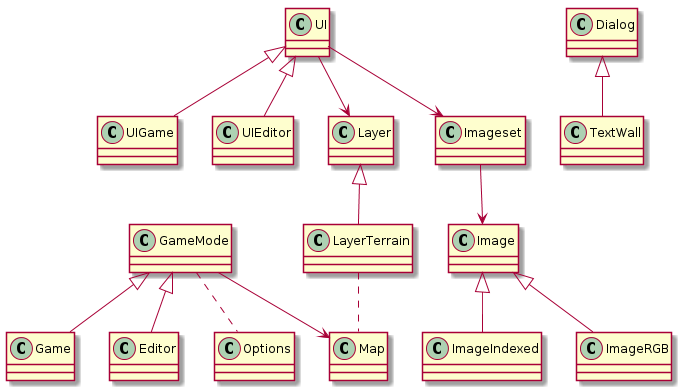
This is new/doc/classes.png from andrenho/newhope, a PlantUML export, as it was before one commit.
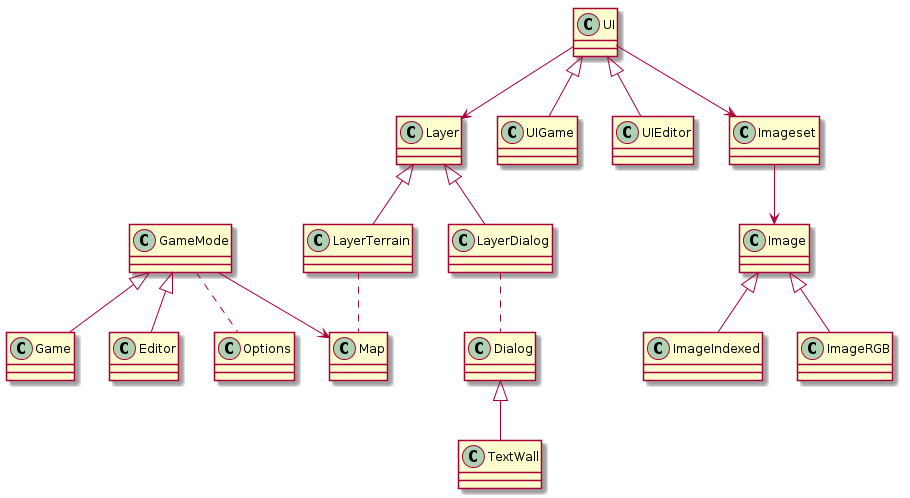
Later version of the same file.

Change to the diagram source:
```diff
@@ -11,6 +11,8 @@
 Image <|-- ImageRGB
 UI --> Layer
 Layer <|-- LayerTerrain
+Layer <|-- LayerDialog
+LayerDialog .. Dialog
 LayerTerrain .. Map
 GameMode .. Options
 Dialog <|-- TextWall
```
